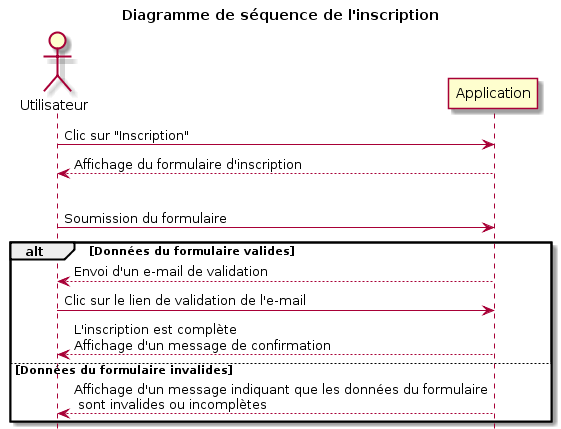
The PlantUML diagram diagrams/images/Inscription.png in SharafGabel/GYMTONIK, before a commit. The source it was exported from:
```plantuml
@startuml
hide footbox
actor Utilisateur

title Diagramme de séquence de l'inscription

Utilisateur -> Application: Clic sur "Inscription"
Application --> Utilisateur: Affichage du formulaire d'inscription
|||
Utilisateur -> Application: Soumission du formulaire

alt Données du formulaire valides

    Utilisateur <-- Application: Envoi d'un e-mail de validation

    Utilisateur -> Application: Clic sur le lien de validation de l'e-mail
    Utilisateur <-- Application: L'inscription est complète\nAffichage d'un message de confirmation

else Données du formulaire invalides

    Utilisateur <-- Application: Affichage d'un message indiquant que les données du formulaire\n sont invalides ou incomplètes

end
@enduml
```
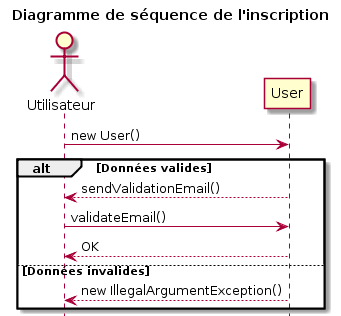
The same file after the commit.

Diff of the diagram source:
```diff
@@ -4,21 +4,19 @@
 
 title Diagramme de séquence de l'inscription
 
-Utilisateur -> Application: Clic sur "Inscription"
-Application --> Utilisateur: Affichage du formulaire d'inscription
-|||
-Utilisateur -> Application: Soumission du formulaire
+Utilisateur -> User: new User()
 
-alt Données du formulaire valides
+alt Données valides
 
-    Utilisateur <-- Application: Envoi d'un e-mail de validation
+    Utilisateur <-- User: sendValidationEmail()
 
-    Utilisateur -> Application: Clic sur le lien de validation de l'e-mail
-    Utilisateur <-- Application: L'inscription est complète\nAffichage d'un message de confirmation
+    Utilisateur -> User: validateEmail()
 
-else Données du formulaire invalides
+    Utilisateur <-- User: OK
 
-    Utilisateur <-- Application: Affichage d'un message indiquant que les données du formulaire\n sont invalides ou incomplètes
+else Données invalides
+
+    Utilisateur <-- User: new IllegalArgumentException()
 
 end
 @enduml
```
